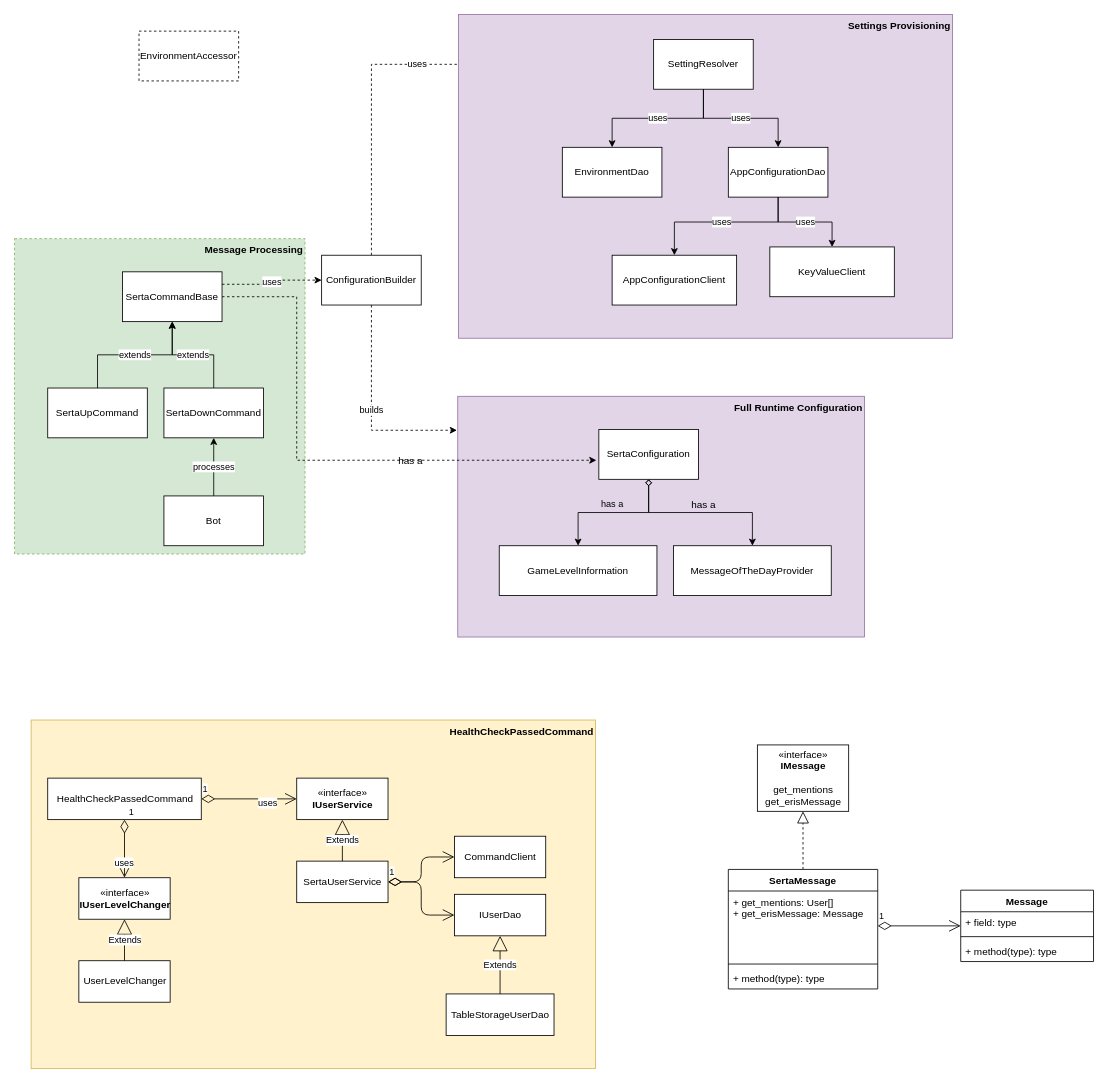
This is doc/Serta.drawio from jfuerlinger/serta, a draw.io file, before an edit. Source tidied: cells renumbered, new cells numbered last; positions are measured from the earlier drawing's top-left corner, leaving out a move shared by most shapes. Both pictures are drawn from the tidied source at 83%, with x=0, y=0 at pixel (14, 14).
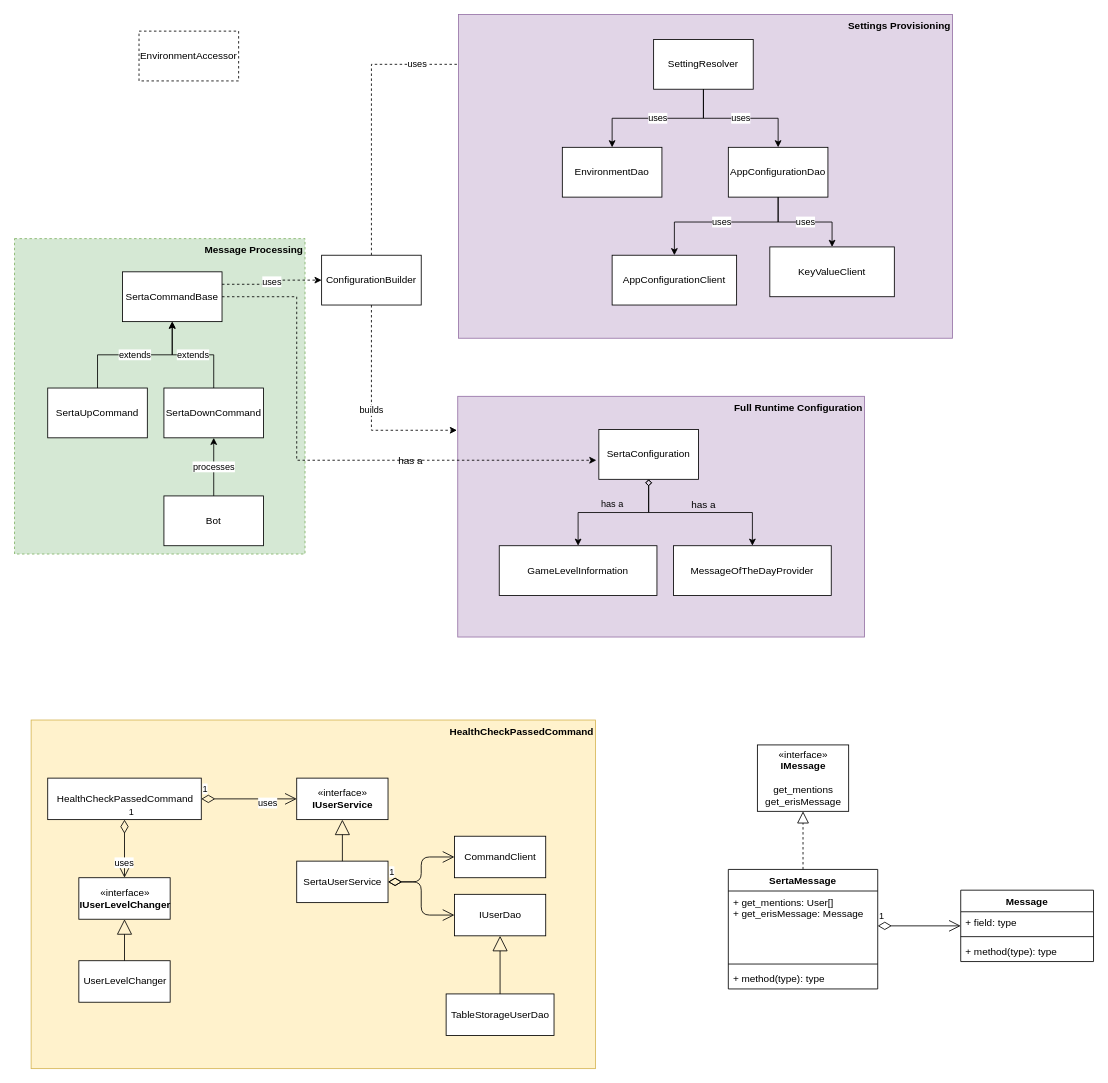
After the change.

Commit message:
Removed useless annotations

The change refers to these unchanged cells:
```xml
<mxCell id="37" value="«interface»&lt;br&gt;&lt;b&gt;IUserLevelChanger&lt;/b&gt;" style="html=1;" parent="1" vertex="1">
  <mxGeometry x="77.5" y="1040" width="110" height="50" as="geometry" />
</mxCell>
<mxCell id="38" value="«interface»&lt;br&gt;&lt;b&gt;IUserService&lt;/b&gt;" style="html=1;" parent="1" vertex="1">
  <mxGeometry x="340" y="920" width="110" height="50" as="geometry" />
</mxCell>
<mxCell id="43" value="SertaUserService" style="html=1;" parent="1" vertex="1">
  <mxGeometry x="340" y="1020" width="110" height="50" as="geometry" />
</mxCell>
<mxCell id="46" value="IUserDao" style="html=1;" parent="1" vertex="1">
  <mxGeometry x="530" y="1060" width="110" height="50" as="geometry" />
</mxCell>
<mxCell id="49" value="TableStorageUserDao" style="html=1;" parent="1" vertex="1">
  <mxGeometry x="520" y="1180" width="130" height="50" as="geometry" />
</mxCell>
<mxCell id="51" value="UserLevelChanger" style="html=1;" parent="1" vertex="1">
  <mxGeometry x="77.5" y="1140" width="110" height="50" as="geometry" />
</mxCell>
```

What changed in the source:
```diff
@@
-    <mxCell id="44" value="Extends" style="endArrow=block;endSize=16;endFill=0;html=1;entryX=0.5;entryY=1;entryDx=0;entryDy=0;" parent="1" edge="1" source="43" target="38">
+    <mxCell id="44" style="endArrow=block;endSize=16;endFill=0;html=1;entryX=0.5;entryY=1;entryDx=0;entryDy=0;" parent="1" edge="1" source="43" target="38">
       <mxGeometry relative="1" as="geometry" />
     </mxCell>
@@
-    <mxCell id="50" value="Extends" style="endArrow=block;endSize=16;endFill=0;html=1;entryX=0.5;entryY=1;entryDx=0;entryDy=0;exitX=0.5;exitY=0;exitDx=0;exitDy=0;" parent="1" edge="1" source="49" target="46">
+    <mxCell id="50" style="endArrow=block;endSize=16;endFill=0;html=1;entryX=0.5;entryY=1;entryDx=0;entryDy=0;exitX=0.5;exitY=0;exitDx=0;exitDy=0;" parent="1" edge="1" source="49" target="46">
       <mxGeometry relative="1" as="geometry" />
     </mxCell>
@@
-    <mxCell id="52" value="Extends" style="endArrow=block;endSize=16;endFill=0;html=1;entryX=0.5;entryY=1;entryDx=0;entryDy=0;exitX=0.5;exitY=0;exitDx=0;exitDy=0;" parent="1" edge="1" source="51" target="37">
+    <mxCell id="52" style="endArrow=block;endSize=16;endFill=0;html=1;entryX=0.5;entryY=1;entryDx=0;entryDy=0;exitX=0.5;exitY=0;exitDx=0;exitDy=0;" parent="1" edge="1" source="51" target="37">
       <mxGeometry relative="1" as="geometry" />
     </mxCell>
```
